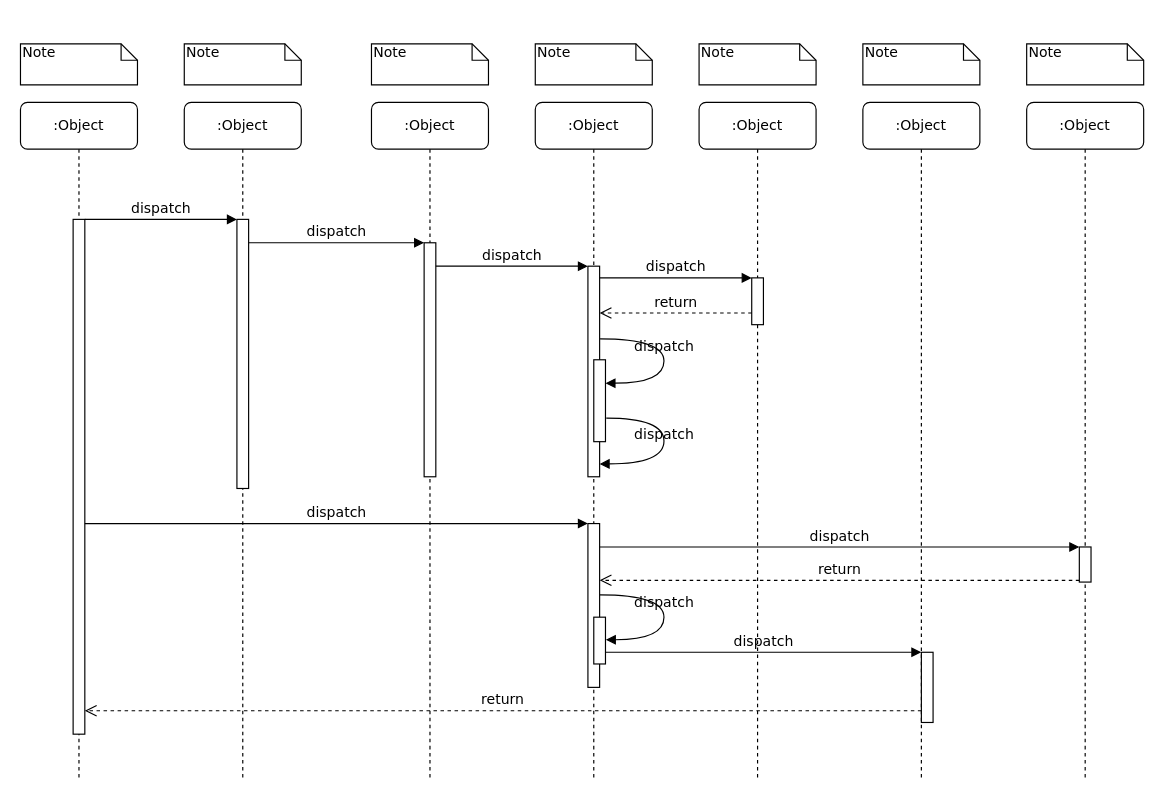
The draw.io diagram washer-client/washer/Untitled Diagram.drawio in bildzeitung/washer, before the edit. Source tidied: cells renumbered, new cells numbered last; positions are measured from the earlier drawing's top-left corner, leaving out a move shared by most shapes. Both pictures are drawn from the tidied source at 117%, with x=0, y=0 at pixel (20, 43).
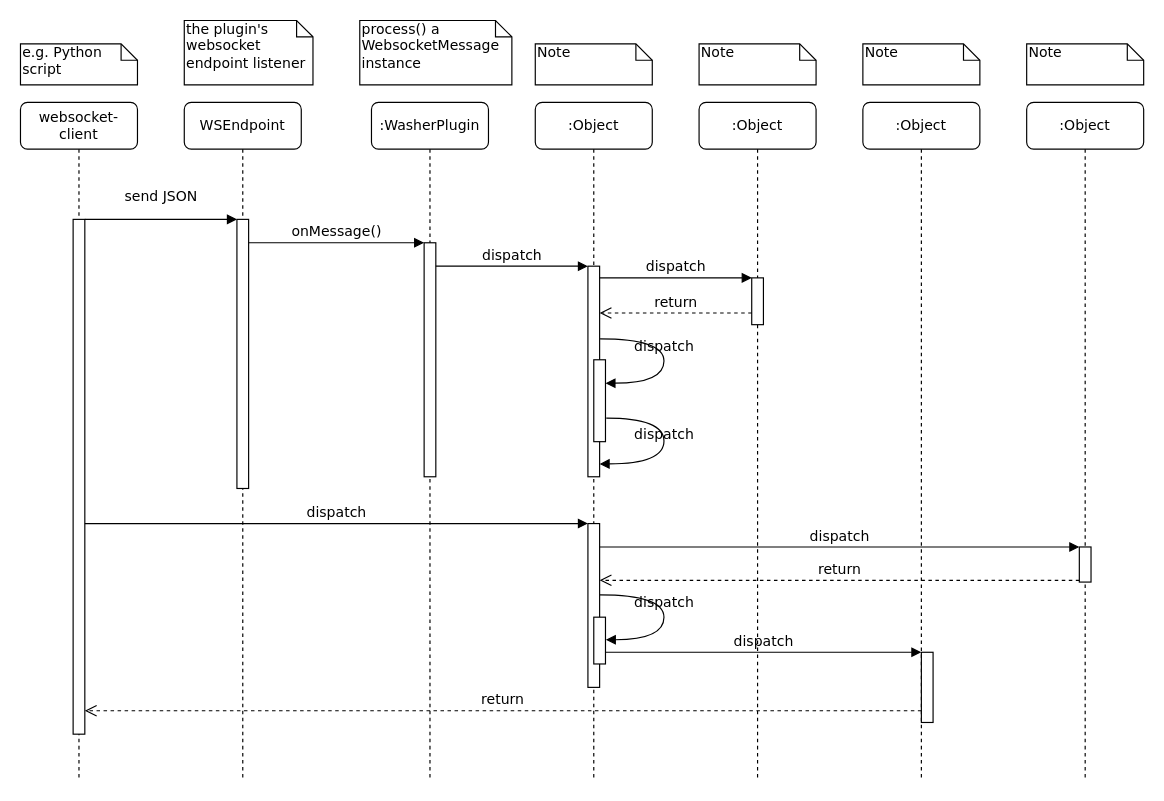
The same page after the edit.

The change refers to these unchanged cells:
```xml
<mxCell id="3" style="html=1;points=[];perimeter=orthogonalPerimeter;rounded=0;shadow=0;comic=0;labelBackgroundColor=none;strokeColor=#000000;strokeWidth=1;fillColor=#FFFFFF;fontFamily=Verdana;fontSize=12;fontColor=#000000;align=center;" parent="2" vertex="1">
  <mxGeometry x="45" y="100" width="10" height="230" as="geometry" />
</mxCell>
<mxCell id="5" style="html=1;points=[];perimeter=orthogonalPerimeter;rounded=0;shadow=0;comic=0;labelBackgroundColor=none;strokeColor=#000000;strokeWidth=1;fillColor=#FFFFFF;fontFamily=Verdana;fontSize=12;fontColor=#000000;align=center;" parent="4" vertex="1">
  <mxGeometry x="45" y="120" width="10" height="200" as="geometry" />
</mxCell>
<mxCell id="11" style="html=1;points=[];perimeter=orthogonalPerimeter;rounded=0;shadow=0;comic=0;labelBackgroundColor=none;strokeColor=#000000;strokeWidth=1;fillColor=#FFFFFF;fontFamily=Verdana;fontSize=12;fontColor=#000000;align=center;" parent="10" vertex="1">
  <mxGeometry x="45" y="100" width="10" height="440" as="geometry" />
</mxCell>
```

Change to the diagram source:
```diff
@@
-    <mxCell id="2" value=":Object" style="shape=umlLifeline;perimeter=lifelinePerimeter;whiteSpace=wrap;html=1;rounded=1;shadow=0;comic=0;labelBackgroundColor=none;strokeColor=#000000;strokeWidth=1;fillColor=#FFFFFF;fontFamily=Verdana;fontSize=12;fontColor=#000000;align=center;" parent="1" vertex="1">
+    <mxCell id="2" value="WSEndpoint&lt;br&gt;" style="shape=umlLifeline;perimeter=lifelinePerimeter;whiteSpace=wrap;html=1;rounded=1;shadow=0;comic=0;labelBackgroundColor=none;strokeColor=#000000;strokeWidth=1;fillColor=#FFFFFF;fontFamily=Verdana;fontSize=12;fontColor=#000000;align=center;" parent="1" vertex="1">
       <mxGeometry x="140" y="50" width="100" height="580" as="geometry" />
     </mxCell>
@@
-    <mxCell id="4" value=":Object" style="shape=umlLifeline;perimeter=lifelinePerimeter;whiteSpace=wrap;html=1;rounded=1;shadow=0;comic=0;labelBackgroundColor=none;strokeColor=#000000;strokeWidth=1;fillColor=#FFFFFF;fontFamily=Verdana;fontSize=12;fontColor=#000000;align=center;" parent="1" vertex="1">
+    <mxCell id="4" value=":WasherPlugin&lt;br&gt;" style="shape=umlLifeline;perimeter=lifelinePerimeter;whiteSpace=wrap;html=1;rounded=1;shadow=0;comic=0;labelBackgroundColor=none;strokeColor=#000000;strokeWidth=1;fillColor=#FFFFFF;fontFamily=Verdana;fontSize=12;fontColor=#000000;align=center;" parent="1" vertex="1">
       <mxGeometry x="300" y="50" width="100" height="580" as="geometry" />
     </mxCell>
@@
-    <mxCell id="10" value=":Object" style="shape=umlLifeline;perimeter=lifelinePerimeter;whiteSpace=wrap;html=1;rounded=1;shadow=0;comic=0;labelBackgroundColor=none;strokeColor=#000000;strokeWidth=1;fillColor=#FFFFFF;fontFamily=Verdana;fontSize=12;fontColor=#000000;align=center;" parent="1" vertex="1">
+    <mxCell id="10" value="websocket-client&lt;br&gt;" style="shape=umlLifeline;perimeter=lifelinePerimeter;whiteSpace=wrap;html=1;rounded=1;shadow=0;comic=0;labelBackgroundColor=none;strokeColor=#000000;strokeWidth=1;fillColor=#FFFFFF;fontFamily=Verdana;fontSize=12;fontColor=#000000;align=center;" parent="1" vertex="1">
       <mxGeometry y="50" width="100" height="580" as="geometry" />
     </mxCell>
@@
-    <mxCell id="25" value="dispatch" style="html=1;verticalAlign=bottom;endArrow=block;entryX=0;entryY=0;labelBackgroundColor=none;fontFamily=Verdana;fontSize=12;edgeStyle=elbowEdgeStyle;elbow=vertical;" parent="1" edge="1" source="11" target="3">
-      <mxGeometry relative="1" as="geometry" />
+    <mxCell id="25" value="send JSON&lt;br&gt;" style="html=1;verticalAlign=bottom;endArrow=block;entryX=0;entryY=0;labelBackgroundColor=none;fontFamily=Verdana;fontSize=12;edgeStyle=elbowEdgeStyle;elbow=vertical;" parent="1" edge="1" source="11" target="3">
+      <mxGeometry y="10" relative="1" as="geometry" />
     </mxCell>
-    <mxCell id="26" value="dispatch" style="html=1;verticalAlign=bottom;endArrow=block;entryX=0;entryY=0;labelBackgroundColor=none;fontFamily=Verdana;fontSize=12;edgeStyle=elbowEdgeStyle;elbow=vertical;" parent="1" edge="1" source="3" target="5">
+    <mxCell id="26" value="onMessage()&lt;br&gt;" style="html=1;verticalAlign=bottom;endArrow=block;entryX=0;entryY=0;labelBackgroundColor=none;fontFamily=Verdana;fontSize=12;edgeStyle=elbowEdgeStyle;elbow=vertical;" parent="1" edge="1" source="3" target="5">
       <mxGeometry relative="1" as="geometry" />
     </mxCell>
@@
-    <mxCell id="32" value="Note" style="shape=note;whiteSpace=wrap;html=1;size=14;verticalAlign=top;align=left;spacingTop=-6;rounded=0;shadow=0;comic=0;labelBackgroundColor=none;strokeColor=#000000;strokeWidth=1;fillColor=#FFFFFF;fontFamily=Verdana;fontSize=12;fontColor=#000000;" parent="1" vertex="1">
+    <mxCell id="32" value="e.g. Python script&lt;br&gt;" style="shape=note;whiteSpace=wrap;html=1;size=14;verticalAlign=top;align=left;spacingTop=-6;rounded=0;shadow=0;comic=0;labelBackgroundColor=none;strokeColor=#000000;strokeWidth=1;fillColor=#FFFFFF;fontFamily=Verdana;fontSize=12;fontColor=#000000;" parent="1" vertex="1">
       <mxGeometry width="100" height="35" as="geometry" />
     </mxCell>
-    <mxCell id="33" value="Note" style="shape=note;whiteSpace=wrap;html=1;size=14;verticalAlign=top;align=left;spacingTop=-6;rounded=0;shadow=0;comic=0;labelBackgroundColor=none;strokeColor=#000000;strokeWidth=1;fillColor=#FFFFFF;fontFamily=Verdana;fontSize=12;fontColor=#000000;" parent="1" vertex="1">
-      <mxGeometry x="140" width="100" height="35" as="geometry" />
+    <mxCell id="33" value="the plugin's websocket endpoint listener&lt;br&gt;" style="shape=note;whiteSpace=wrap;html=1;size=14;verticalAlign=top;align=left;spacingTop=-6;rounded=0;shadow=0;comic=0;labelBackgroundColor=none;strokeColor=#000000;strokeWidth=1;fillColor=#FFFFFF;fontFamily=Verdana;fontSize=12;fontColor=#000000;" parent="1" vertex="1">
+      <mxGeometry x="140" y="-20" width="110" height="55" as="geometry" />
     </mxCell>
-    <mxCell id="34" value="Note" style="shape=note;whiteSpace=wrap;html=1;size=14;verticalAlign=top;align=left;spacingTop=-6;rounded=0;shadow=0;comic=0;labelBackgroundColor=none;strokeColor=#000000;strokeWidth=1;fillColor=#FFFFFF;fontFamily=Verdana;fontSize=12;fontColor=#000000;" parent="1" vertex="1">
-      <mxGeometry x="300" width="100" height="35" as="geometry" />
+    <mxCell id="34" value="process() a WebsocketMessage instance&lt;br&gt;" style="shape=note;whiteSpace=wrap;html=1;size=14;verticalAlign=top;align=left;spacingTop=-6;rounded=0;shadow=0;comic=0;labelBackgroundColor=none;strokeColor=#000000;strokeWidth=1;fillColor=#FFFFFF;fontFamily=Verdana;fontSize=12;fontColor=#000000;" parent="1" vertex="1">
+      <mxGeometry x="290" y="-20" width="130" height="55" as="geometry" />
     </mxCell>
```
